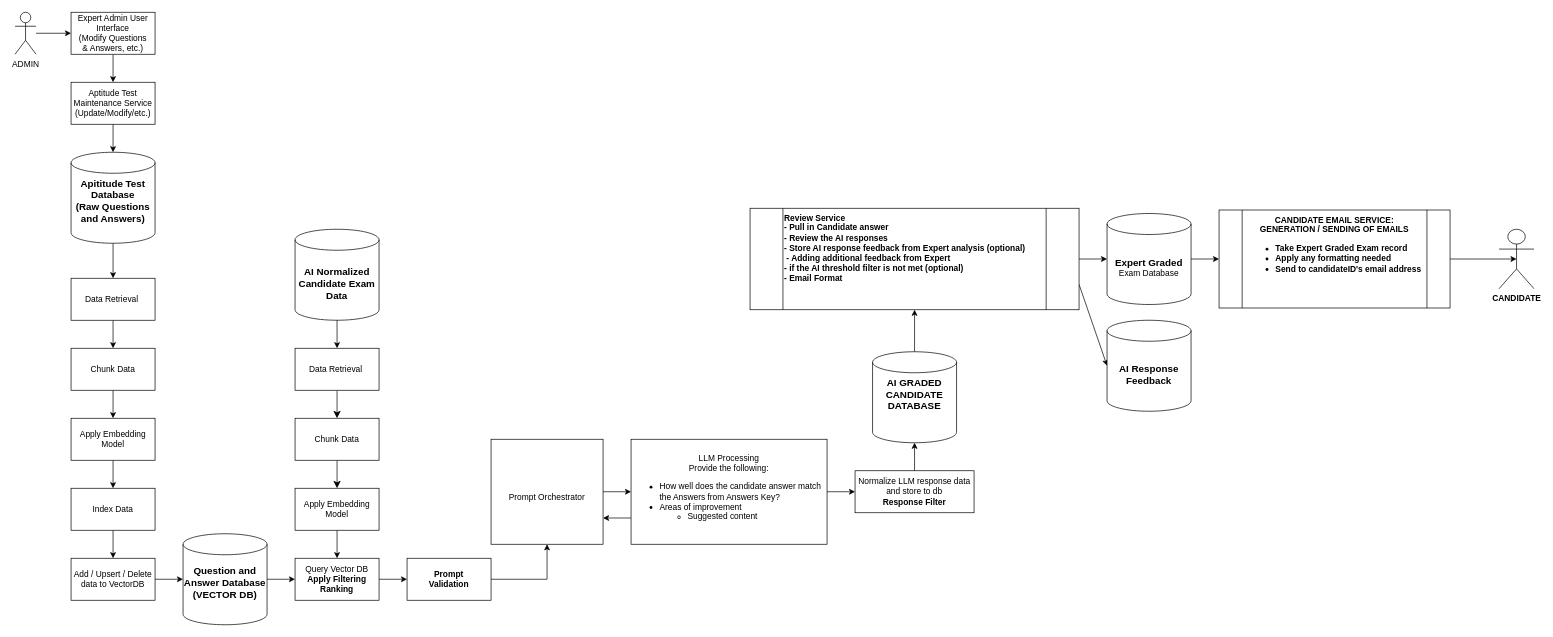
This is diagrams/short-answer-grader-ai.drawio from mmat1/skynet-ai-2025, a draw.io file, before an edit. Source tidied: cells renumbered, new cells numbered last; positions are measured from the earlier drawing's top-left corner, leaving out a move shared by most shapes. Both pictures are drawn from the tidied source at 70%, with x=0, y=0 at pixel (15, 12).
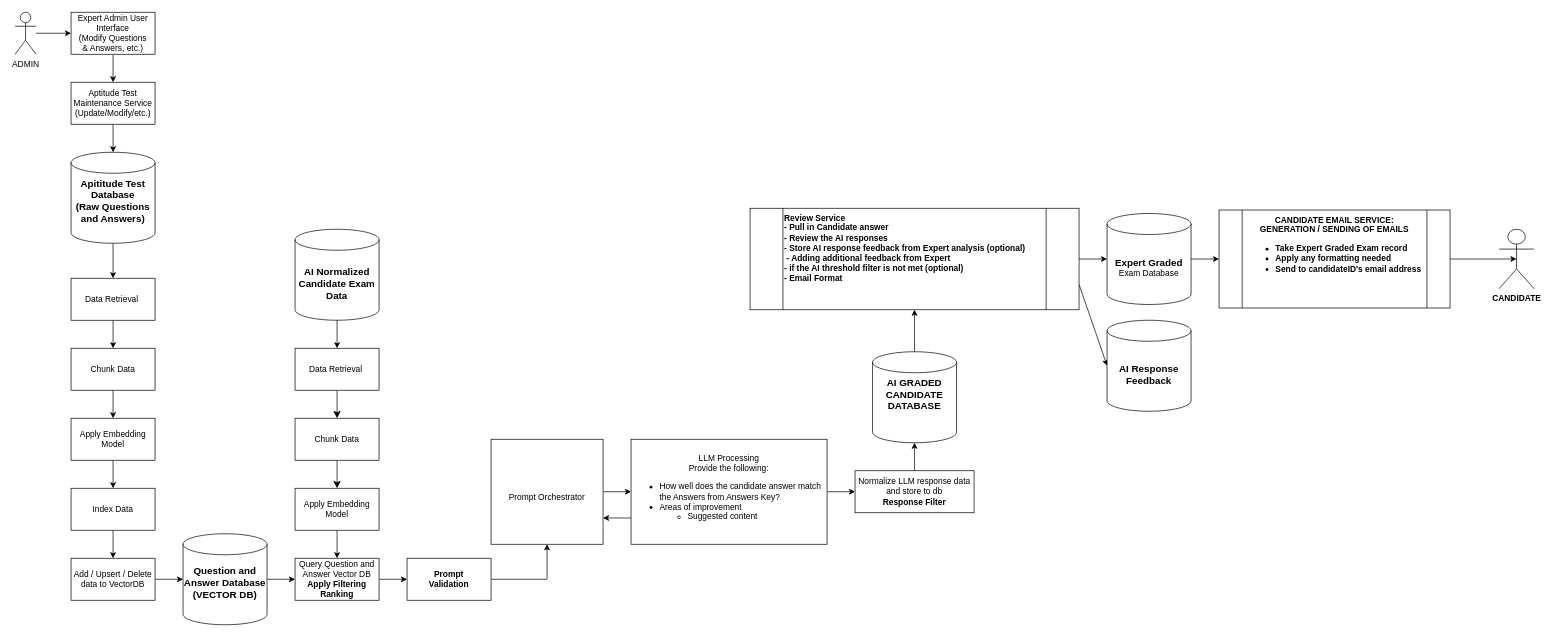
The same diagram, later.

Commit message:
clarify query to question and answer vector db

Change to the diagram source:
```diff
@@
-    <mxCell id="9" value="Query Vector DB&lt;br&gt;&lt;b&gt;Apply Filtering&lt;br&gt;Ranking&lt;br&gt;&lt;/b&gt;" style="rounded=0;whiteSpace=wrap;html=1;" parent="1" vertex="1">
+    <mxCell id="9" value="Query Question and Answer Vector DB&lt;br&gt;&lt;b&gt;Apply Filtering&lt;br&gt;Ranking&lt;br&gt;&lt;/b&gt;" style="rounded=0;whiteSpace=wrap;html=1;" parent="1" vertex="1">
       <mxGeometry x="400" y="780" width="120" height="60" as="geometry" />
     </mxCell>
```
